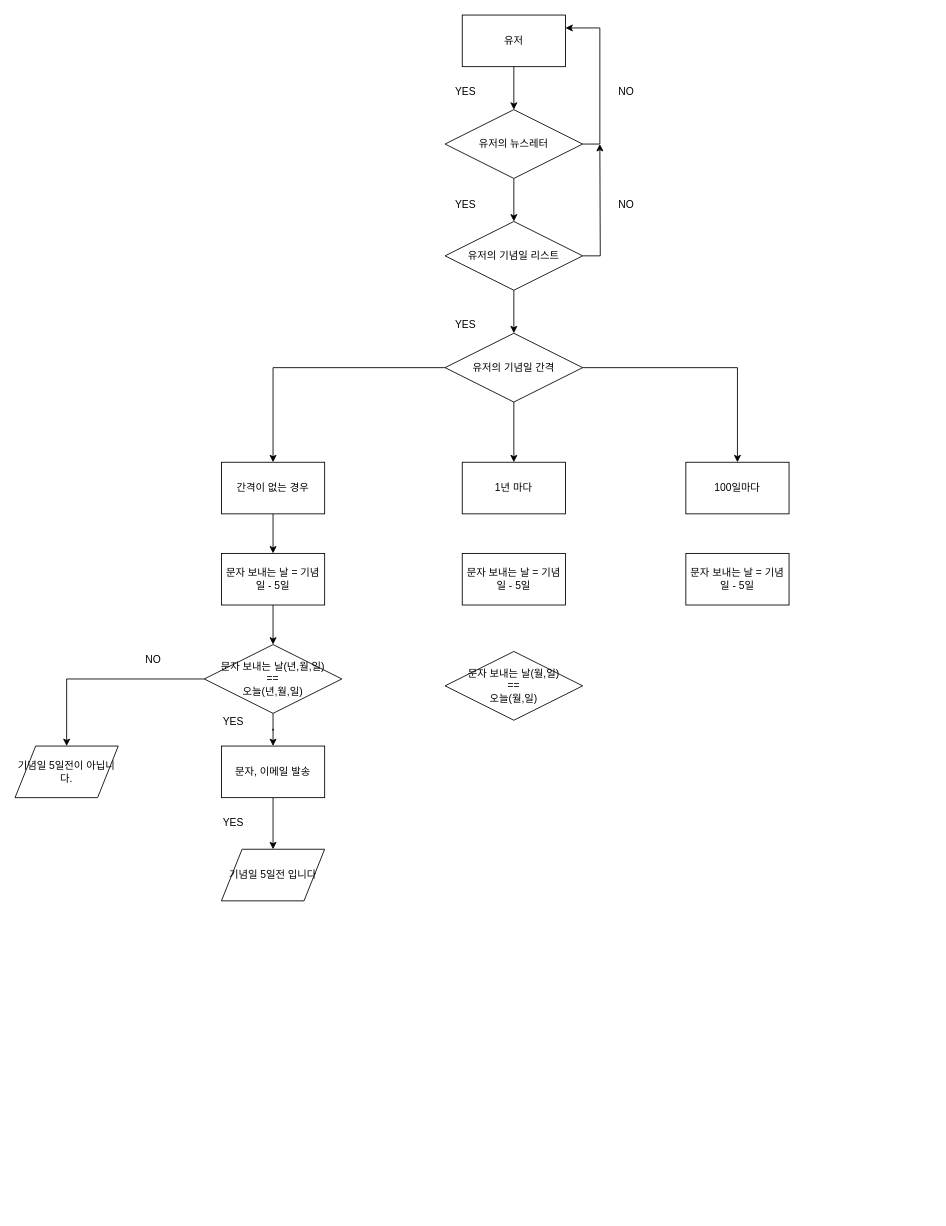
Above: Untitled Diagram.drawio in ElonMoon/notebook (draw.io), before the change. Source tidied: cells renumbered, new cells numbered last; positions are measured from the earlier drawing's top-left corner, leaving out a move shared by most shapes. Both pictures are drawn from the tidied source at 86%, with x=0, y=0 at pixel (15, 15).
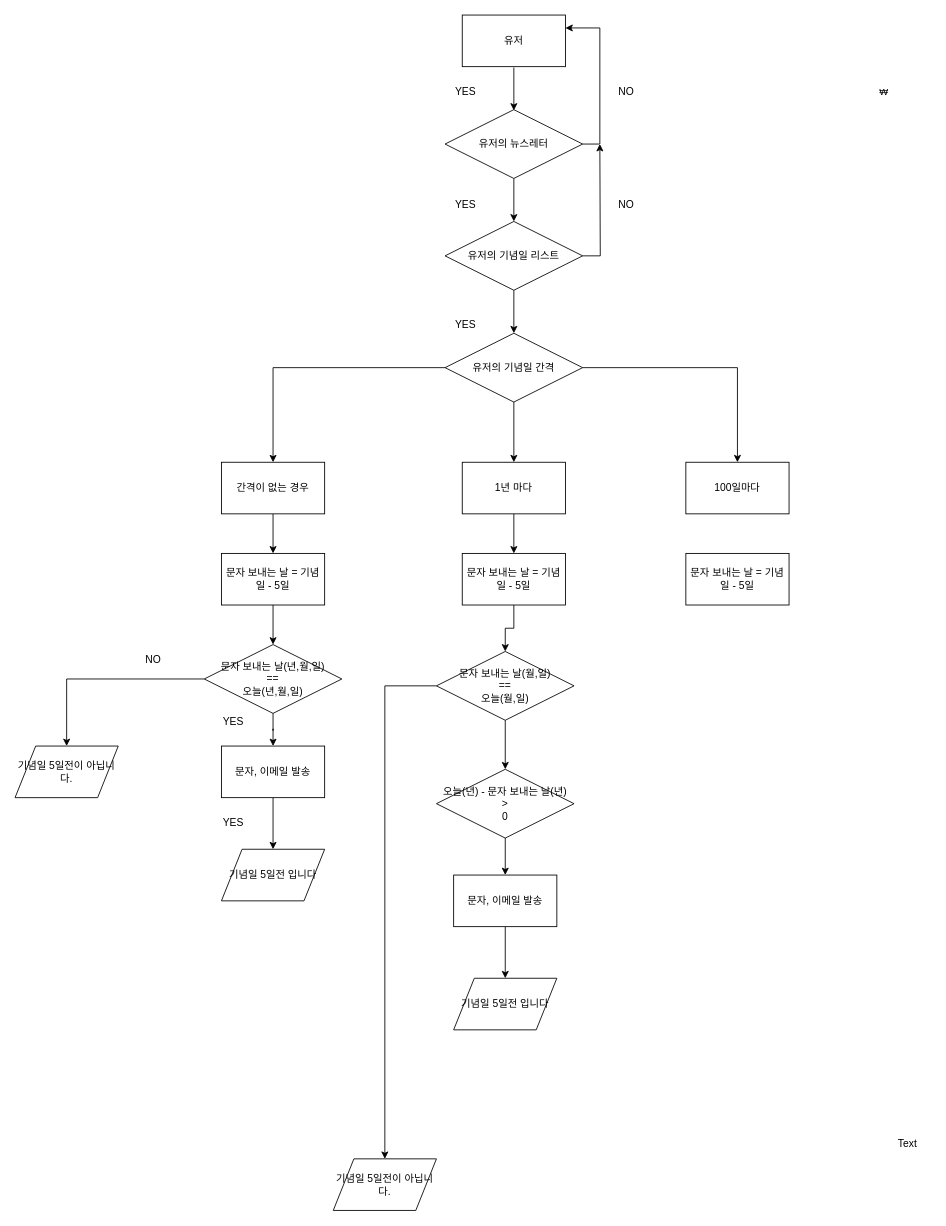
The same diagram, later.

The change refers to these unchanged cells:
```xml
<mxCell id="3" value="유저" style="rounded=0;whiteSpace=wrap;html=1;" parent="1" vertex="1">
  <mxGeometry x="520" width="120" height="60" as="geometry" />
</mxCell>
<mxCell id="6" value="유저의 뉴스레터&lt;br&gt;" style="rhombus;whiteSpace=wrap;html=1;" parent="1" vertex="1">
  <mxGeometry x="500" y="110" width="160" height="80" as="geometry" />
</mxCell>
<mxCell id="16" value="1년 마다&lt;br&gt;" style="rounded=0;whiteSpace=wrap;html=1;" parent="1" vertex="1">
  <mxGeometry x="520" y="520" width="120" height="60" as="geometry" />
</mxCell>
<mxCell id="26" value="문자 보내는 날 = 기념일 - 5일" style="rounded=0;whiteSpace=wrap;html=1;" parent="1" vertex="1">
  <mxGeometry x="520" y="626" width="120" height="60" as="geometry" />
</mxCell>
```

What changed in the source:
```diff
@@
-    <mxCell id="2" style="edgeStyle=orthogonalEdgeStyle;rounded=0;jettySize=auto;html=1;entryX=0.5;entryY=0;entryDx=0;entryDy=0;" parent="1" edge="1" source="3" target="6">
-      <mxGeometry y="70" relative="1" as="geometry" />
+    <mxCell id="2" value="₩" style="edgeStyle=orthogonalEdgeStyle;rounded=0;orthogonalLoop=1;jettySize=auto;html=1;entryX=0.5;entryY=0;entryDx=0;entryDy=0;" parent="1" edge="1">
+      <mxGeometry x="0.16" y="430" relative="1" as="geometry">
+        <mxPoint x="580" y="61" as="sourcePoint" />
+        <mxPoint x="580" y="111" as="targetPoint" />
+      </mxGeometry>
     </mxCell>
@@
+    <mxCell id="38" style="edgeStyle=orthogonalEdgeStyle;rounded=0;jettySize=auto;html=1;" parent="1" edge="1" source="16" target="26">
+      <mxGeometry relative="1" as="geometry" />
+    </mxCell>
@@
+    <mxCell id="39" style="edgeStyle=orthogonalEdgeStyle;rounded=0;jettySize=auto;html=1;exitX=0.5;exitY=1;exitDx=0;exitDy=0;entryX=0.5;entryY=0;entryDx=0;entryDy=0;" parent="1" edge="1" source="26" target="43">
+      <mxGeometry relative="1" as="geometry" />
+    </mxCell>
@@
+    <mxCell id="40" style="edgeStyle=orthogonalEdgeStyle;rounded=0;jettySize=auto;html=1;entryX=0.5;entryY=0;entryDx=0;entryDy=0;" parent="1" edge="1" source="37" target="45">
+      <mxGeometry relative="1" as="geometry" />
+    </mxCell>
-    <mxCell id="37" value="문자 보내는 날(월,일)&lt;br&gt;==&lt;br&gt;오늘(월,일)" style="rhombus;whiteSpace=wrap;html=1;" parent="1" vertex="1">
-      <mxGeometry x="500" y="740" width="160" height="80" as="geometry" />
+    <mxCell id="37" value="오늘(년) - 문자 보내는 날(년)&lt;br&gt;&amp;gt;&lt;br&gt;0&lt;br&gt;" style="rhombus;whiteSpace=wrap;html=1;" parent="1" vertex="1">
+      <mxGeometry x="490" y="877" width="160" height="80" as="geometry" />
     </mxCell>
+    <mxCell id="41" style="edgeStyle=orthogonalEdgeStyle;rounded=0;jettySize=auto;html=1;entryX=0.5;entryY=0;entryDx=0;entryDy=0;" parent="1" edge="1" source="43" target="37">
+      <mxGeometry relative="1" as="geometry" />
+    </mxCell>
+    <mxCell id="42" style="edgeStyle=orthogonalEdgeStyle;rounded=0;jettySize=auto;html=1;exitX=0;exitY=0.5;exitDx=0;exitDy=0;entryX=0.5;entryY=0;entryDx=0;entryDy=0;" parent="1" edge="1" source="43" target="47">
+      <mxGeometry relative="1" as="geometry" />
+    </mxCell>
+    <mxCell id="43" value="문자 보내는 날(월,일)&lt;br&gt;==&lt;br&gt;오늘(월,일)" style="rhombus;whiteSpace=wrap;html=1;" parent="1" vertex="1">
+      <mxGeometry x="490" y="740" width="160" height="80" as="geometry" />
+    </mxCell>
+    <mxCell id="44" style="edgeStyle=orthogonalEdgeStyle;rounded=0;jettySize=auto;html=1;" parent="1" edge="1" source="45" target="46">
+      <mxGeometry relative="1" as="geometry" />
+    </mxCell>
+    <mxCell id="45" value="문자, 이메일 발송" style="rounded=0;whiteSpace=wrap;html=1;" parent="1" vertex="1">
+      <mxGeometry x="510" y="1000" width="120" height="60" as="geometry" />
+    </mxCell>
+    <mxCell id="46" value="기념일 5일전 입니다" style="shape=parallelogram;perimeter=parallelogramPerimeter;whiteSpace=wrap;html=1;" parent="1" vertex="1">
+      <mxGeometry x="510" y="1120" width="120" height="60" as="geometry" />
+    </mxCell>
+    <mxCell id="47" value="기념일 5일전이 아닙니다." style="shape=parallelogram;perimeter=parallelogramPerimeter;whiteSpace=wrap;html=1;" parent="1" vertex="1">
+      <mxGeometry x="370" y="1330" width="120" height="60" as="geometry" />
+    </mxCell>
+    <mxCell id="48" value="Text" style="text;html=1;align=left;verticalAlign=top;spacingTop=-4;" parent="1" vertex="1">
+      <mxGeometry x="1025" y="1303" width="40" height="20" as="geometry" />
+    </mxCell>
```
